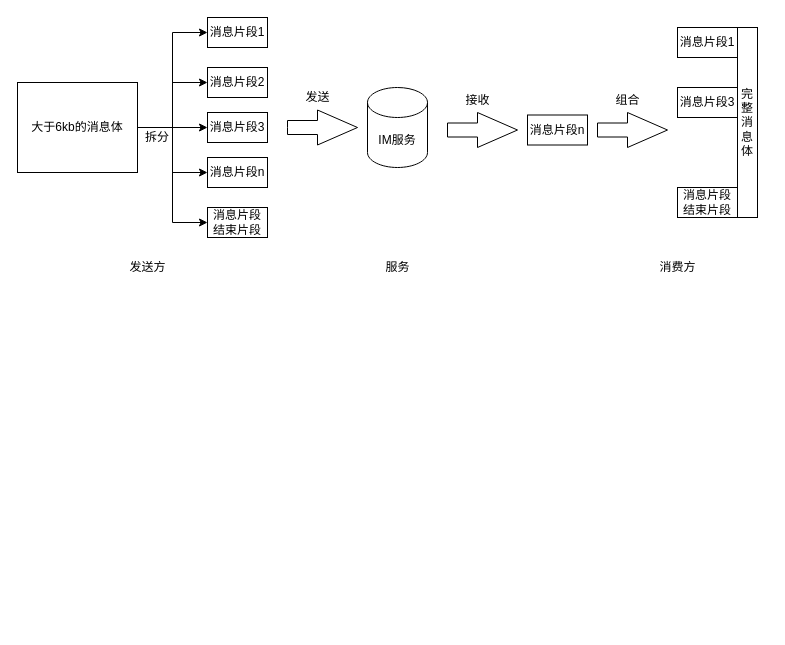
Before: Untitled Diagram.drawio in kkgg123/ROOT, a draw.io diagram. Source tidied: cells renumbered, new cells numbered last; positions are measured from the earlier drawing's top-left corner, leaving out a move shared by most shapes. Both pictures are drawn from the tidied source at 100%, with x=0, y=0 at pixel (17, 17).
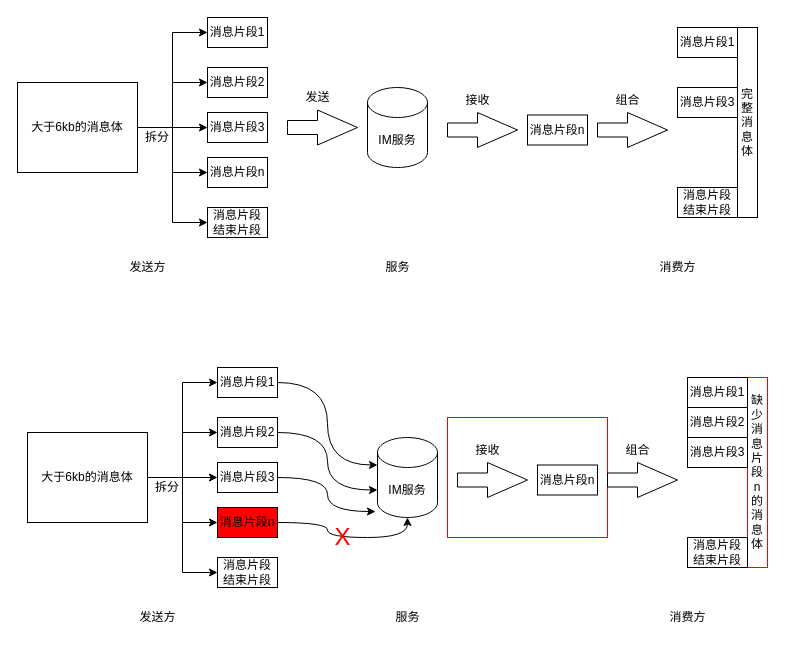
The same diagram, later.

Diff of the diagram source:
```diff
@@
+    <mxCell id="29" style="rounded=0;whiteSpace=wrap;html=1;strokeColor=#FF0000;" parent="1" vertex="1">
+      <mxGeometry x="430" y="400" width="160" height="120" as="geometry" />
+    </mxCell>
@@
+    <mxCell id="30" style="edgeStyle=orthogonalEdgeStyle;rounded=0;jettySize=auto;html=1;entryX=0;entryY=0.5;entryDx=0;entryDy=0;" parent="1" edge="1" source="35" target="37">
+      <mxGeometry relative="1" as="geometry" />
+    </mxCell>
+    <mxCell id="31" style="edgeStyle=orthogonalEdgeStyle;rounded=0;jettySize=auto;html=1;entryX=0;entryY=0.5;entryDx=0;entryDy=0;" parent="1" edge="1" source="35" target="39">
+      <mxGeometry relative="1" as="geometry" />
+    </mxCell>
+    <mxCell id="32" style="edgeStyle=orthogonalEdgeStyle;rounded=0;jettySize=auto;html=1;entryX=0;entryY=0.5;entryDx=0;entryDy=0;" parent="1" edge="1" source="35" target="41">
+      <mxGeometry relative="1" as="geometry" />
+    </mxCell>
+    <mxCell id="33" style="edgeStyle=orthogonalEdgeStyle;rounded=0;jettySize=auto;html=1;entryX=0;entryY=0.5;entryDx=0;entryDy=0;" parent="1" edge="1" source="35" target="43">
+      <mxGeometry relative="1" as="geometry" />
+    </mxCell>
+    <mxCell id="34" style="edgeStyle=orthogonalEdgeStyle;rounded=0;jettySize=auto;html=1;entryX=0;entryY=0.5;entryDx=0;entryDy=0;" parent="1" edge="1" source="35" target="44">
+      <mxGeometry relative="1" as="geometry" />
+    </mxCell>
+    <mxCell id="35" value="大于6kb的消息体" style="rounded=0;whiteSpace=wrap;html=1;" parent="1" vertex="1">
+      <mxGeometry x="10" y="415" width="120" height="90" as="geometry" />
+    </mxCell>
+    <mxCell id="36" style="edgeStyle=orthogonalEdgeStyle;rounded=0;jettySize=auto;html=1;exitX=1;exitY=0.5;exitDx=0;exitDy=0;entryX=0;entryY=0;entryDx=0;entryDy=27.5;entryPerimeter=0;curved=1;" parent="1" edge="1" source="37" target="46">
+      <mxGeometry relative="1" as="geometry" />
+    </mxCell>
+    <mxCell id="37" value="消息片段1" style="rounded=0;whiteSpace=wrap;html=1;" parent="1" vertex="1">
+      <mxGeometry x="200" y="350" width="60" height="30" as="geometry" />
+    </mxCell>
+    <mxCell id="38" style="edgeStyle=orthogonalEdgeStyle;curved=1;rounded=0;jettySize=auto;html=1;entryX=0;entryY=0;entryDx=0;entryDy=52.5;entryPerimeter=0;" parent="1" edge="1" source="39" target="46">
+      <mxGeometry relative="1" as="geometry" />
+    </mxCell>
+    <mxCell id="39" value="消息片段2" style="rounded=0;whiteSpace=wrap;html=1;" parent="1" vertex="1">
+      <mxGeometry x="200" y="400" width="60" height="30" as="geometry" />
+    </mxCell>
+    <mxCell id="40" style="edgeStyle=orthogonalEdgeStyle;curved=1;rounded=0;jettySize=auto;html=1;entryX=-0.033;entryY=0.925;entryDx=0;entryDy=0;entryPerimeter=0;" parent="1" edge="1" source="41" target="46">
+      <mxGeometry relative="1" as="geometry" />
+    </mxCell>
+    <mxCell id="41" value="消息片段3" style="rounded=0;whiteSpace=wrap;html=1;" parent="1" vertex="1">
+      <mxGeometry x="200" y="445" width="60" height="30" as="geometry" />
+    </mxCell>
+    <mxCell id="42" style="edgeStyle=orthogonalEdgeStyle;curved=1;rounded=0;jettySize=auto;html=1;entryX=0.5;entryY=1;entryDx=0;entryDy=0;entryPerimeter=0;fillColor=#FF0000;" parent="1" edge="1" source="43" target="46">
+      <mxGeometry relative="1" as="geometry" />
+    </mxCell>
+    <mxCell id="43" value="消息片段n" style="rounded=0;whiteSpace=wrap;html=1;fillColor=#FF0000;" parent="1" vertex="1">
+      <mxGeometry x="200" y="490" width="60" height="30" as="geometry" />
+    </mxCell>
+    <mxCell id="44" value="消息片段&lt;br&gt;结束片段" style="rounded=0;whiteSpace=wrap;html=1;" parent="1" vertex="1">
+      <mxGeometry x="200" y="540" width="60" height="30" as="geometry" />
+    </mxCell>
+    <mxCell id="45" value="拆分" style="text;html=1;strokeColor=none;fillColor=none;align=center;verticalAlign=middle;whiteSpace=wrap;rounded=0;" parent="1" vertex="1">
+      <mxGeometry x="130" y="460" width="40" height="20" as="geometry" />
+    </mxCell>
+    <mxCell id="46" value="IM服务" style="shape=cylinder3;whiteSpace=wrap;html=1;boundedLbl=1;backgroundOutline=1;size=15;" parent="1" vertex="1">
+      <mxGeometry x="360" y="420" width="60" height="80" as="geometry" />
+    </mxCell>
+    <mxCell id="47" style="html=1;shadow=0;dashed=0;align=center;verticalAlign=middle;shape=mxgraph.arrows2.arrow;dy=0.6;dx=40;notch=0;" parent="1" vertex="1">
+      <mxGeometry x="440" y="445" width="70" height="35" as="geometry" />
+    </mxCell>
+    <mxCell id="48" value="接收" style="text;html=1;align=center;verticalAlign=middle;strokeColor=none;" parent="1" vertex="1">
+      <mxGeometry x="450" y="422.5" width="40" height="20" as="geometry" />
+    </mxCell>
+    <mxCell id="49" value="缺少消息片段n的消息体" style="rounded=0;whiteSpace=wrap;html=1;strokeColor=#FF0000;" parent="1" vertex="1">
+      <mxGeometry x="730" y="360" width="20" height="190" as="geometry" />
+    </mxCell>
+    <mxCell id="50" value="消息片段1" style="rounded=0;whiteSpace=wrap;html=1;" parent="1" vertex="1">
+      <mxGeometry x="670" y="360" width="60" height="30" as="geometry" />
+    </mxCell>
+    <mxCell id="51" value="消息片段3" style="rounded=0;whiteSpace=wrap;html=1;" parent="1" vertex="1">
+      <mxGeometry x="670" y="420" width="60" height="30" as="geometry" />
+    </mxCell>
+    <mxCell id="52" value="消息片段&lt;br&gt;结束片段" style="rounded=0;whiteSpace=wrap;html=1;" parent="1" vertex="1">
+      <mxGeometry x="670" y="520" width="60" height="30" as="geometry" />
+    </mxCell>
+    <mxCell id="53" value="消息片段n" style="rounded=0;whiteSpace=wrap;html=1;" parent="1" vertex="1">
+      <mxGeometry x="520" y="447.5" width="60" height="30" as="geometry" />
+    </mxCell>
+    <mxCell id="54" value="发送方" style="text;html=1;align=center;verticalAlign=middle;strokeColor=none;" parent="1" vertex="1">
+      <mxGeometry x="115" y="590" width="50" height="20" as="geometry" />
+    </mxCell>
+    <mxCell id="55" value="消费方" style="text;html=1;align=center;verticalAlign=middle;strokeColor=none;" parent="1" vertex="1">
+      <mxGeometry x="645" y="590" width="50" height="20" as="geometry" />
+    </mxCell>
+    <mxCell id="56" value="服务" style="text;html=1;align=center;verticalAlign=middle;strokeColor=none;" parent="1" vertex="1">
+      <mxGeometry x="370" y="590" width="40" height="20" as="geometry" />
+    </mxCell>
+    <mxCell id="57" style="html=1;shadow=0;dashed=0;align=center;verticalAlign=middle;shape=mxgraph.arrows2.arrow;dy=0.6;dx=40;notch=0;" parent="1" vertex="1">
+      <mxGeometry x="590" y="445" width="70" height="35" as="geometry" />
+    </mxCell>
+    <mxCell id="58" value="组合" style="text;html=1;align=center;verticalAlign=middle;strokeColor=none;" parent="1" vertex="1">
+      <mxGeometry x="600" y="422.5" width="40" height="20" as="geometry" />
+    </mxCell>
+    <mxCell id="59" value="&lt;font style=&quot;font-size: 24px&quot; color=&quot;#ff0000&quot;&gt;X&lt;/font&gt;" style="text;html=1;align=center;verticalAlign=middle;strokeColor=none;" parent="1" vertex="1">
+      <mxGeometry x="310" y="510" width="30" height="20" as="geometry" />
+    </mxCell>
+    <mxCell id="60" value="消息片段2" style="rounded=0;whiteSpace=wrap;html=1;" parent="1" vertex="1">
+      <mxGeometry x="670" y="390" width="60" height="30" as="geometry" />
+    </mxCell>
```
